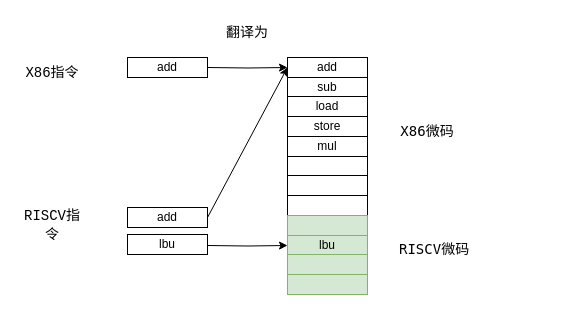
The draw.io diagram image/TISA.drawio in jensen-yan/yanyue_essay, before the edit. Source tidied: cells renumbered, new cells numbered last; positions are measured from the earlier drawing's top-left corner, leaving out a move shared by most shapes. Both pictures are drawn from the tidied source at 100%, with x=0, y=0 at pixel (17, 17).
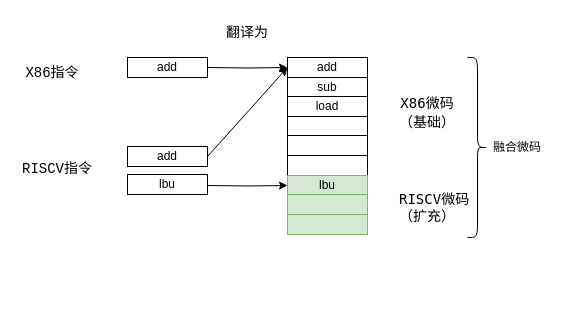
The same page after the edit.

The edit, as a diff of the source:
```diff
@@
-    <mxCell id="5" value="store" style="rounded=0;whiteSpace=wrap;html=1;" parent="1" vertex="1">
-      <mxGeometry x="270" y="99" width="80" height="20" as="geometry" />
-    </mxCell>
-    <mxCell id="6" value="mul" style="rounded=0;whiteSpace=wrap;html=1;" parent="1" vertex="1">
-      <mxGeometry x="270" y="119" width="80" height="20" as="geometry" />
-    </mxCell>
     <mxCell id="7" style="rounded=0;whiteSpace=wrap;html=1;" parent="1" vertex="1">
-      <mxGeometry x="270" y="139" width="80" height="20" as="geometry" />
+      <mxGeometry x="270" y="99" width="80" height="20" as="geometry" />
     </mxCell>
     <mxCell id="8" style="rounded=0;whiteSpace=wrap;html=1;" parent="1" vertex="1">
-      <mxGeometry x="270" y="158" width="80" height="20" as="geometry" />
+      <mxGeometry x="270" y="118" width="80" height="20" as="geometry" />
     </mxCell>
     <mxCell id="9" style="rounded=0;whiteSpace=wrap;html=1;" parent="1" vertex="1">
-      <mxGeometry x="270" y="178" width="80" height="20" as="geometry" />
+      <mxGeometry x="270" y="138" width="80" height="20" as="geometry" />
     </mxCell>
-    <mxCell id="10" style="rounded=0;whiteSpace=wrap;html=1;fillColor=#d5e8d4;strokeColor=#82b366;" parent="1" vertex="1">
-      <mxGeometry x="270" y="198" width="80" height="20" as="geometry" />
-    </mxCell>
     <mxCell id="11" value="lbu" style="rounded=0;whiteSpace=wrap;html=1;fillColor=#d5e8d4;strokeColor=#82b366;" parent="1" vertex="1">
-      <mxGeometry x="270" y="218" width="80" height="20" as="geometry" />
+      <mxGeometry x="270" y="158" width="80" height="20" as="geometry" />
     </mxCell>
     <mxCell id="12" style="rounded=0;whiteSpace=wrap;html=1;fillColor=#d5e8d4;strokeColor=#82b366;" parent="1" vertex="1">
-      <mxGeometry x="270" y="237" width="80" height="20" as="geometry" />
+      <mxGeometry x="270" y="177" width="80" height="20" as="geometry" />
     </mxCell>
     <mxCell id="13" style="rounded=0;whiteSpace=wrap;html=1;fillColor=#d5e8d4;strokeColor=#82b366;" parent="1" vertex="1">
-      <mxGeometry x="270" y="257" width="80" height="20" as="geometry" />
+      <mxGeometry x="270" y="197" width="80" height="20" as="geometry" />
     </mxCell>
@@
     <mxCell id="15" style="edgeStyle=orthogonalEdgeStyle;rounded=0;jettySize=auto;html=1;entryX=0;entryY=0.5;entryDx=0;entryDy=0;" parent="1" edge="1" target="11">
       <mxGeometry relative="1" as="geometry">
-        <mxPoint x="190" y="228" as="sourcePoint" />
+        <mxPoint x="190" y="168" as="sourcePoint" />
       </mxGeometry>
     </mxCell>
@@
     <mxCell id="17" value="lbu" style="rounded=0;whiteSpace=wrap;html=1;" parent="1" vertex="1">
-      <mxGeometry x="110" y="217" width="80" height="20" as="geometry" />
+      <mxGeometry x="110" y="157" width="80" height="20" as="geometry" />
     </mxCell>
     <mxCell id="18" value="add" style="rounded=0;whiteSpace=wrap;html=1;" parent="1" vertex="1">
-      <mxGeometry x="110" y="190" width="80" height="20" as="geometry" />
+      <mxGeometry x="110" y="129" width="80" height="20" as="geometry" />
     </mxCell>
-    <mxCell id="19" value="&lt;div style=&quot;font-family: &amp;quot;Droid Sans Mono&amp;quot;, &amp;quot;monospace&amp;quot;, monospace; font-size: 14px; line-height: 19px;&quot;&gt;&lt;span style=&quot;background-color: rgb(255, 255, 255);&quot;&gt;X86微码&lt;/span&gt;&lt;/div&gt;" style="text;html=1;strokeColor=none;fillColor=none;align=center;verticalAlign=middle;whiteSpace=wrap;rounded=0;" parent="1" vertex="1">
-      <mxGeometry x="380" y="99" width="60" height="30" as="geometry" />
+    <mxCell id="19" value="&lt;div style=&quot;font-family: &amp;quot;Droid Sans Mono&amp;quot;, &amp;quot;monospace&amp;quot;, monospace; font-size: 14px; line-height: 19px;&quot;&gt;&lt;span style=&quot;background-color: rgb(255, 255, 255);&quot;&gt;X86微码&lt;/span&gt;&lt;/div&gt;&lt;div style=&quot;font-family: &amp;quot;Droid Sans Mono&amp;quot;, &amp;quot;monospace&amp;quot;, monospace; font-size: 14px; line-height: 19px;&quot;&gt;&lt;span style=&quot;background-color: rgb(255, 255, 255);&quot;&gt;（基础）&lt;/span&gt;&lt;/div&gt;" style="text;html=1;strokeColor=none;fillColor=none;align=center;verticalAlign=middle;whiteSpace=wrap;rounded=0;" parent="1" vertex="1">
+      <mxGeometry x="380" y="80" width="60" height="30" as="geometry" />
     </mxCell>
-    <mxCell id="20" value="&lt;span style=&quot;color: rgb(0, 0, 0); font-family: &amp;quot;Droid Sans Mono&amp;quot;, &amp;quot;monospace&amp;quot;, monospace; font-size: 14px; font-style: normal; font-variant-ligatures: normal; font-variant-caps: normal; font-weight: 400; letter-spacing: normal; orphans: 2; text-align: center; text-indent: 0px; text-transform: none; widows: 2; word-spacing: 0px; -webkit-text-stroke-width: 0px; background-color: rgb(255, 255, 255); text-decoration-thickness: initial; text-decoration-style: initial; text-decoration-color: initial; float: none; display: inline !important;&quot;&gt;RISCV微码&lt;/span&gt;" style="text;whiteSpace=wrap;html=1;" parent="1" vertex="1">
-      <mxGeometry x="380" y="217" width="80" height="40" as="geometry" />
+    <mxCell id="20" value="&lt;span style=&quot;color: rgb(0, 0, 0); font-family: &amp;quot;Droid Sans Mono&amp;quot;, &amp;quot;monospace&amp;quot;, monospace; font-size: 14px; font-style: normal; font-variant-ligatures: normal; font-variant-caps: normal; font-weight: 400; letter-spacing: normal; orphans: 2; text-align: center; text-indent: 0px; text-transform: none; widows: 2; word-spacing: 0px; -webkit-text-stroke-width: 0px; background-color: rgb(255, 255, 255); text-decoration-thickness: initial; text-decoration-style: initial; text-decoration-color: initial; float: none; display: inline !important;&quot;&gt;RISCV微码&lt;br&gt;（扩充）&lt;br&gt;&lt;/span&gt;" style="text;whiteSpace=wrap;html=1;" parent="1" vertex="1">
+      <mxGeometry x="380" y="167" width="80" height="40" as="geometry" />
     </mxCell>
@@
     <mxCell id="22" value="&lt;div style=&quot;line-height: 19px;&quot;&gt;&lt;font style=&quot;font-size: 14px;&quot; face=&quot;Droid Sans Mono, monospace, monospace&quot;&gt;RISCV指令&lt;/font&gt;&lt;br&gt;&lt;/div&gt;" style="text;html=1;strokeColor=none;fillColor=none;align=center;verticalAlign=middle;whiteSpace=wrap;rounded=0;" parent="1" vertex="1">
-      <mxGeometry y="192.5" width="70" height="31" as="geometry" />
+      <mxGeometry y="136" width="80" height="31" as="geometry" />
     </mxCell>
@@
+    <mxCell id="25" style="shape=curlyBracket;whiteSpace=wrap;html=1;rounded=1;flipH=1;labelPosition=right;verticalLabelPosition=middle;align=left;verticalAlign=middle;" parent="1" vertex="1">
+      <mxGeometry x="450" y="40" width="20" height="180" as="geometry" />
+    </mxCell>
+    <mxCell id="26" value="融合微码" style="text;html=1;strokeColor=none;fillColor=none;align=center;verticalAlign=middle;whiteSpace=wrap;rounded=0;" parent="1" vertex="1">
+      <mxGeometry x="470" y="115" width="60" height="30" as="geometry" />
+    </mxCell>
```
